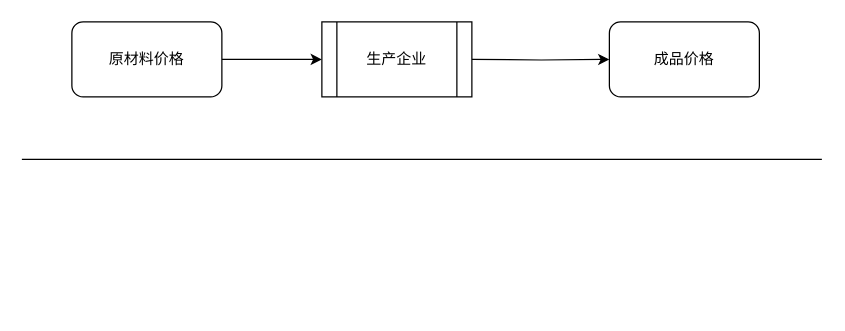
Above: Untitled Diagram.drawio in frankyzf/drawio (draw.io), before the change. Source tidied: cells renumbered, new cells numbered last; positions are measured from the earlier drawing's top-left corner, leaving out a move shared by most shapes. Both pictures are drawn from the tidied source at 125%, with x=0, y=0 at pixel (21, 21).
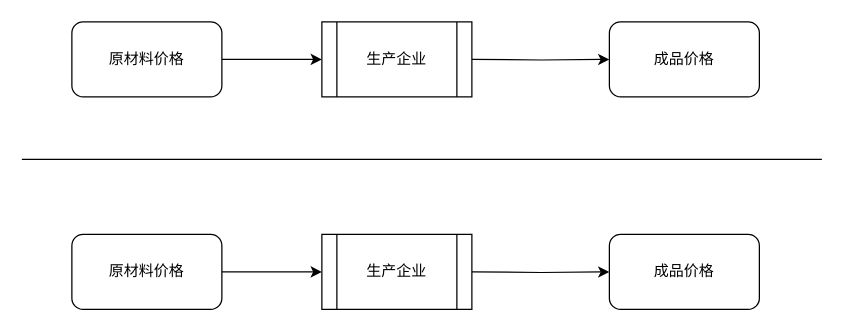
After the change.

Diff of the diagram source:
```diff
@@
 <mxGraphModel>
   <root>
     <mxCell id="0" />
     <mxCell id="1" parent="0" />
     <mxCell id="2" style="edgeStyle=orthogonalEdgeStyle;rounded=0;jettySize=auto;html=1;" parent="1" edge="1" source="3">
       <mxGeometry relative="1" as="geometry">
         <mxPoint x="240" y="30" as="targetPoint" />
       </mxGeometry>
     </mxCell>
     <mxCell id="3" value="原材料价格" style="rounded=1;whiteSpace=wrap;html=1;" parent="1" vertex="1">
       <mxGeometry x="40" width="120" height="60" as="geometry" />
     </mxCell>
     <mxCell id="4" style="edgeStyle=orthogonalEdgeStyle;rounded=0;jettySize=auto;html=1;" parent="1" edge="1" target="5">
       <mxGeometry relative="1" as="geometry">
         <mxPoint x="360" y="30" as="sourcePoint" />
       </mxGeometry>
     </mxCell>
     <mxCell id="5" value="成品价格" style="rounded=1;whiteSpace=wrap;html=1;" parent="1" vertex="1">
       <mxGeometry x="470" width="120" height="60" as="geometry" />
     </mxCell>
     <mxCell id="6" style="endArrow=none;html=1;" parent="1" edge="1">
       <mxGeometry relative="1" as="geometry">
         <mxPoint y="110" as="sourcePoint" />
         <mxPoint x="640" y="110" as="targetPoint" />
       </mxGeometry>
     </mxCell>
     <mxCell id="7" value="生产企业" style="shape=process;whiteSpace=wrap;html=1;backgroundOutline=1;" parent="1" vertex="1">
       <mxGeometry x="240" width="120" height="60" as="geometry" />
     </mxCell>
+    <mxCell id="8" style="edgeStyle=orthogonalEdgeStyle;rounded=0;jettySize=auto;html=1;" parent="1" edge="1" source="9">
+      <mxGeometry relative="1" as="geometry">
+        <mxPoint x="240" y="200" as="targetPoint" />
+      </mxGeometry>
+    </mxCell>
+    <mxCell id="9" value="原材料价格" style="rounded=1;whiteSpace=wrap;html=1;" parent="1" vertex="1">
+      <mxGeometry x="40" y="170" width="120" height="60" as="geometry" />
+    </mxCell>
+    <mxCell id="10" style="edgeStyle=orthogonalEdgeStyle;rounded=0;jettySize=auto;html=1;" parent="1" edge="1" target="11">
+      <mxGeometry relative="1" as="geometry">
+        <mxPoint x="360" y="200" as="sourcePoint" />
+      </mxGeometry>
+    </mxCell>
+    <mxCell id="11" value="成品价格" style="rounded=1;whiteSpace=wrap;html=1;" parent="1" vertex="1">
+      <mxGeometry x="470" y="170" width="120" height="60" as="geometry" />
+    </mxCell>
+    <mxCell id="12" value="生产企业" style="shape=process;whiteSpace=wrap;html=1;backgroundOutline=1;" parent="1" vertex="1">
+      <mxGeometry x="240" y="170" width="120" height="60" as="geometry" />
+    </mxCell>
   </root>
 </mxGraphModel>
```
